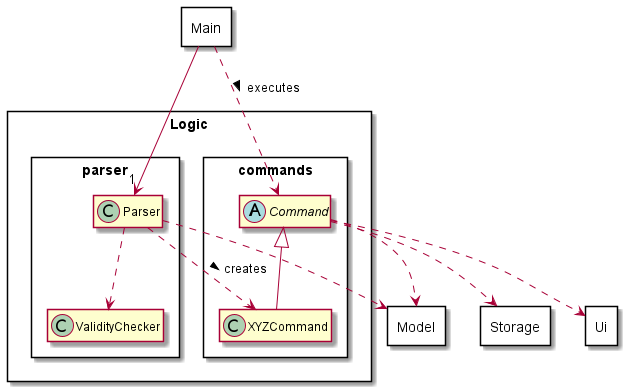
This is docs/images/Logic.png from yanjia1777/tp, a PlantUML export, as it was before one commit.
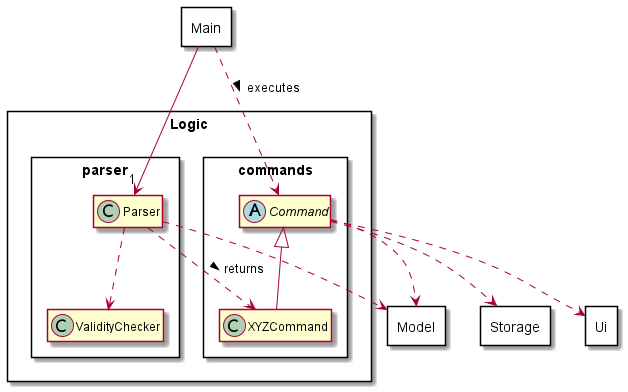
Later version of the same file.

What changed in the source:
```diff
@@ -28,7 +28,7 @@
 Main --> "1" Parser
 Command <|-- XYZCommand
 Parser ..> ValidityChecker
-Parser ..> XYZCommand : creates >
+Parser ..> XYZCommand : returns >
 Main ..> Command : executes >
 
 Command ..> Ui
```
